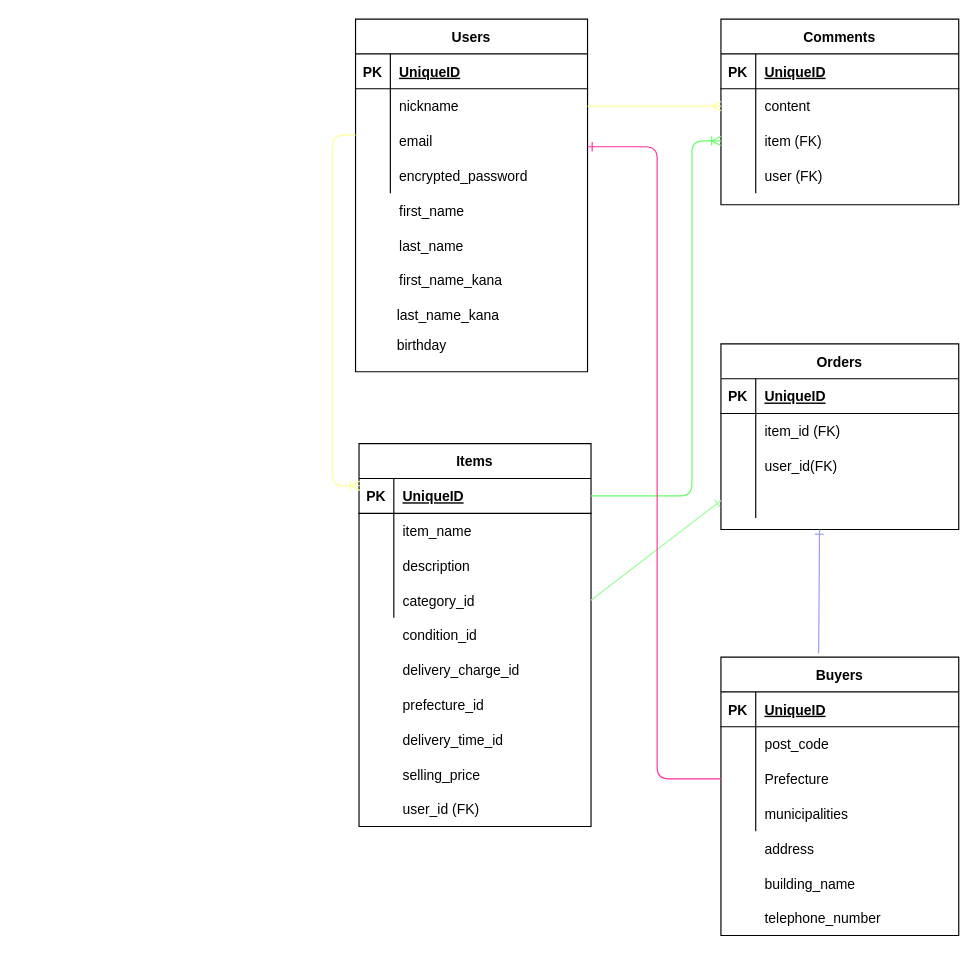
The draw.io diagram furima.dio in RyOsUkE0730/furima-37443, before the edit. Source tidied: cells renumbered, new cells numbered last; positions are measured from the earlier drawing's top-left corner, leaving out a move shared by most shapes. Both pictures are drawn from the tidied source at 116%, with x=0, y=0 at pixel (19, 19).
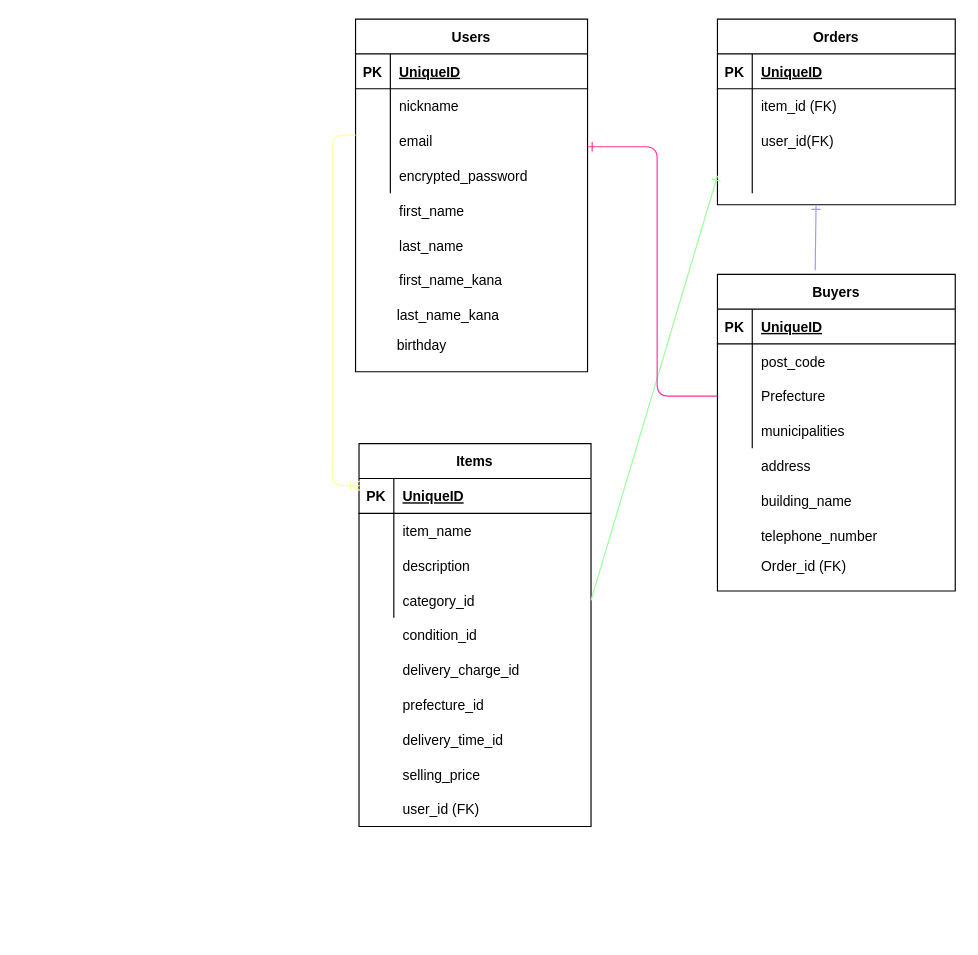
The same page after the edit.

Commit message (it also covers changes not shown here):
ER図の作成及びデータベース設計 -ver4

・Users/birthdayカラムをdate型に修正
・Buyersテーブルにorder(外部キー)を付与
・Commentsテーブルの削除

The change refers to these unchanged cells:
```xml
<mxCell id="6" style="shape=partialRectangle;fillColor=none;top=0;left=0;bottom=0;right=0;points=[[0,0.5],[1,0.5]];portConstraint=eastwest;" parent="2" vertex="1">
  <mxGeometry y="60" width="200" height="30" as="geometry" />
</mxCell>
<mxCell id="19" style="shape=partialRectangle;fillColor=none;top=0;left=0;bottom=1;right=0;points=[[0,0.5],[1,0.5]];portConstraint=eastwest;shadow=0;" parent="18" vertex="1">
  <mxGeometry y="30" width="200" height="30" as="geometry" />
</mxCell>
```

Change to the diagram source:
```diff
@@
-    <mxCell id="37" value="Comments" style="shape=table;startSize=30;childLayout=tableLayout;rowLines=0;fontStyle=1;align=center;shadow=0;" parent="1" vertex="1">
-      <mxGeometry x="605" width="205" height="160" as="geometry" />
-    </mxCell>
-    <mxCell id="38" style="shape=partialRectangle;fillColor=none;top=0;left=0;bottom=1;right=0;shadow=0;" parent="37" vertex="1">
-      <mxGeometry y="30" width="205" height="30" as="geometry" />
-    </mxCell>
-    <mxCell id="39" value="PK" style="shape=partialRectangle;fillColor=none;top=0;left=0;bottom=0;right=0;fontStyle=1;overflow=hidden;shadow=0;" parent="38" vertex="1">
-      <mxGeometry width="30" height="30" as="geometry" />
-    </mxCell>
-    <mxCell id="40" value="UniqueID" style="shape=partialRectangle;fillColor=none;top=0;left=0;bottom=0;right=0;align=left;spacingLeft=6;fontStyle=5;overflow=hidden;shadow=0;" parent="38" vertex="1">
-      <mxGeometry x="30" width="175" height="30" as="geometry" />
-    </mxCell>
-    <mxCell id="41" style="shape=partialRectangle;fillColor=none;top=0;left=0;bottom=0;right=0;points=[[0,0.5],[1,0.5]];portConstraint=eastwest;shadow=0;" parent="37" vertex="1">
-      <mxGeometry y="60" width="205" height="30" as="geometry" />
-    </mxCell>
-    <mxCell id="42" style="shape=partialRectangle;fillColor=none;top=0;left=0;bottom=0;right=0;overflow=hidden;shadow=0;" parent="41" vertex="1">
-      <mxGeometry width="30" height="30" as="geometry" />
-    </mxCell>
-    <mxCell id="43" value="content" style="shape=partialRectangle;fillColor=none;top=0;left=0;bottom=0;right=0;align=left;spacingLeft=6;overflow=hidden;shadow=0;" parent="41" vertex="1">
-      <mxGeometry x="30" width="175" height="30" as="geometry" />
-    </mxCell>
-    <mxCell id="44" style="shape=partialRectangle;fillColor=none;top=0;left=0;bottom=0;right=0;points=[[0,0.5],[1,0.5]];portConstraint=eastwest;shadow=0;" parent="37" vertex="1">
-      <mxGeometry y="90" width="205" height="30" as="geometry" />
-    </mxCell>
-    <mxCell id="45" style="shape=partialRectangle;fillColor=none;top=0;left=0;bottom=0;right=0;overflow=hidden;shadow=0;" parent="44" vertex="1">
-      <mxGeometry width="30" height="30" as="geometry" />
-    </mxCell>
-    <mxCell id="46" value="item (FK)" style="shape=partialRectangle;fillColor=none;top=0;left=0;bottom=0;right=0;align=left;spacingLeft=6;overflow=hidden;shadow=0;" parent="44" vertex="1">
-      <mxGeometry x="30" width="175" height="30" as="geometry" />
-    </mxCell>
-    <mxCell id="47" style="shape=partialRectangle;fillColor=none;top=0;left=0;bottom=0;right=0;shadow=0;" parent="37" vertex="1">
-      <mxGeometry y="120" width="205" height="30" as="geometry" />
-    </mxCell>
-    <mxCell id="48" style="shape=partialRectangle;fillColor=none;top=0;left=0;bottom=0;right=0;overflow=hidden;shadow=0;" parent="47" vertex="1">
-      <mxGeometry width="30" height="30" as="geometry" />
-    </mxCell>
-    <mxCell id="49" value="user (FK)" style="shape=partialRectangle;fillColor=none;top=0;left=0;bottom=0;right=0;align=left;spacingLeft=6;overflow=hidden;shadow=0;" parent="47" vertex="1">
-      <mxGeometry x="30" width="175" height="30" as="geometry" />
-    </mxCell>
     <mxCell id="50" value="Buyers" style="shape=table;startSize=30;childLayout=tableLayout;rowLines=0;fontStyle=1;align=center;shadow=0;" parent="1" vertex="1">
-      <mxGeometry x="605" y="550" width="205" height="240" as="geometry" />
+      <mxGeometry x="602" y="220" width="205" height="273" as="geometry" />
     </mxCell>
@@
     <mxCell id="63" value="Orders" style="shape=table;startSize=30;childLayout=tableLayout;rowLines=0;fontStyle=1;align=center;shadow=0;" parent="1" vertex="1">
-      <mxGeometry x="605" y="280" width="205" height="160" as="geometry" />
+      <mxGeometry x="602" width="205" height="160" as="geometry" />
     </mxCell>
@@
     <mxCell id="76" value="address" style="shape=partialRectangle;fillColor=none;top=0;left=0;bottom=0;right=0;align=left;spacingLeft=6;overflow=hidden;shadow=0;" parent="1" vertex="1">
-      <mxGeometry x="635" y="700" width="175" height="30" as="geometry" />
+      <mxGeometry x="632" y="370" width="175" height="30" as="geometry" />
     </mxCell>
     <mxCell id="77" value="building_name" style="shape=partialRectangle;fillColor=none;top=0;left=0;bottom=0;right=0;align=left;spacingLeft=6;overflow=hidden;shadow=0;" parent="1" vertex="1">
-      <mxGeometry x="635" y="730" width="175" height="30" as="geometry" />
+      <mxGeometry x="632" y="400" width="175" height="30" as="geometry" />
     </mxCell>
     <mxCell id="78" value="telephone_number" style="shape=partialRectangle;fillColor=none;top=0;left=0;bottom=0;right=0;align=left;spacingLeft=6;overflow=hidden;shadow=0;" parent="1" vertex="1">
-      <mxGeometry x="635" y="760" width="175" height="30" as="geometry" />
+      <mxGeometry x="632" y="430" width="175" height="30" as="geometry" />
     </mxCell>
-    <mxCell id="79" style="edgeStyle=entityRelationEdgeStyle;fontSize=12;html=1;endArrow=ERmany;strokeColor=#FFFF99;" parent="1" edge="1" source="6" target="41">
-      <mxGeometry relative="1" as="geometry" />
-    </mxCell>
@@
-    <mxCell id="81" style="edgeStyle=elbowEdgeStyle;fontSize=12;html=1;endArrow=ERoneToMany;strokeColor=#66FF66;" parent="1" edge="1" source="19" target="44">
-      <mxGeometry relative="1" as="geometry">
-        <Array as="points">
-          <mxPoint x="580" y="240" />
-        </Array>
-      </mxGeometry>
-    </mxCell>
@@
     <mxCell id="83" style="fontSize=12;html=1;endArrow=ERone;endFill=1;exitX=0.411;exitY=-0.013;exitDx=0;exitDy=0;exitPerimeter=0;strokeColor=#9999FF;" parent="1" edge="1" source="50">
       <mxGeometry relative="1" as="geometry">
-        <mxPoint x="690" y="440" as="targetPoint" />
+        <mxPoint x="687" y="160" as="targetPoint" />
       </mxGeometry>
     </mxCell>
@@
+    <mxCell id="88" value="Order_id (FK)" style="shape=partialRectangle;fillColor=none;top=0;left=0;bottom=0;right=0;align=left;spacingLeft=6;overflow=hidden;shadow=0;" parent="1" vertex="1">
+      <mxGeometry x="632" y="456" width="175" height="30" as="geometry" />
+    </mxCell>
```
